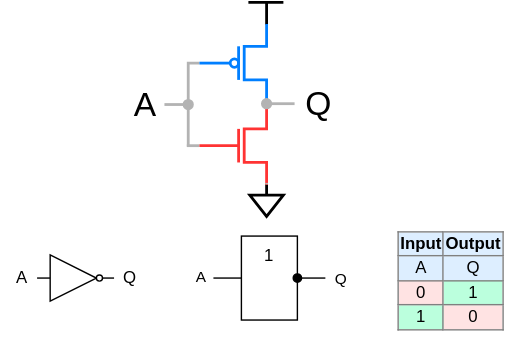
Before: .pic/Introduction/How FPGA works/fig_07.drawio.svg, a diagram exported from draw.io (MPSU/APS). Source tidied: cells renumbered, new cells last; positions are measured from the earlier drawing's top-left corner, leaving out a move shared by most shapes.
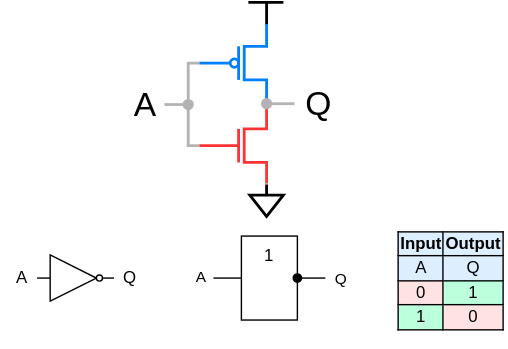
After the change.

What changed in the source:
```diff
@@ -139,7 +139,7 @@
         <mxPoint x="14" y="1" as="offset" />
       </mxGeometry>
     </mxCell>
-    <mxCell id="26" value="&lt;table border=&quot;1&quot; class=&quot;wikitable&quot; style=&quot;float: right; border: 1px solid rgb(128, 128, 128); border-collapse: collapse;&quot;&gt;&lt;tbody&gt;&lt;tr style=&quot;background:#def; text-align:center;&quot;&gt;&lt;td style=&quot;border: 1px solid rgb(128, 128, 128);&quot;&gt;&lt;b&gt;Input&lt;/b&gt;&lt;/td&gt;&lt;td style=&quot;border: 1px solid rgb(128, 128, 128);&quot;&gt;&lt;b&gt;Output&lt;/b&gt;&lt;br&gt;&lt;/td&gt;&lt;/tr&gt;&lt;tr style=&quot;background:#def; text-align:center;&quot;&gt;&lt;td style=&quot;border: 1px solid rgb(128, 128, 128);&quot;&gt;A&lt;/td&gt;&lt;td style=&quot;border: 1px solid rgb(128, 128, 128);&quot;&gt;Q&lt;br&gt;&lt;/td&gt;&lt;/tr&gt;&lt;tr&gt;&lt;td style=&quot;background: #FFE3E3; color: black; vertical-align: middle; text-align: center; border: 1px solid rgb(128, 128, 128);&quot; class=&quot;table-no2&quot;&gt;0&lt;/td&gt;&lt;td style=&quot;background:#bfd; color:black; vertical-align:middle; text-align:center; border: 1px solid rgb(128, 128, 128);&quot; class=&quot;table-yes2&quot;&gt;1&lt;br&gt;&lt;/td&gt;&lt;/tr&gt;&lt;tr&gt;&lt;td style=&quot;background:#bfd; color:black; vertical-align:middle; text-align:center; border: 1px solid rgb(128, 128, 128);&quot; class=&quot;table-yes2&quot;&gt;1&lt;/td&gt;&lt;td style=&quot;background: #FFE3E3; color: black; vertical-align: middle; text-align: center; border: 1px solid rgb(128, 128, 128);&quot; class=&quot;table-no2&quot;&gt;0&lt;br&gt;&lt;/td&gt;&lt;/tr&gt;&lt;/tbody&gt;&lt;/table&gt;" style="text;whiteSpace=wrap;html=1;" parent="1" vertex="1">
+    <mxCell id="26" value="&lt;table border=&quot;1&quot; class=&quot;wikitable&quot; style=&quot;float: right; border: 1px solid rgb(0, 0, 0); border-collapse: collapse;&quot;&gt;&lt;tbody&gt;&lt;tr style=&quot;background:#def; text-align:center;&quot;&gt;&lt;td style=&quot;border: 1px solid rgb(0, 0, 0);&quot;&gt;&lt;b&gt;Input&lt;/b&gt;&lt;/td&gt;&lt;td style=&quot;border: 1px solid rgb(0, 0, 0);&quot;&gt;&lt;b&gt;Output&lt;/b&gt;&lt;br&gt;&lt;/td&gt;&lt;/tr&gt;&lt;tr style=&quot;background:#def; text-align:center;&quot;&gt;&lt;td style=&quot;border: 1px solid rgb(0, 0, 0);&quot;&gt;A&lt;/td&gt;&lt;td style=&quot;border: 1px solid rgb(0, 0, 0);&quot;&gt;Q&lt;br&gt;&lt;/td&gt;&lt;/tr&gt;&lt;tr&gt;&lt;td style=&quot;background: #FFE3E3; color: black; vertical-align: middle; text-align: center; border: 1px solid rgb(0, 0, 0);&quot; class=&quot;table-no2&quot;&gt;0&lt;/td&gt;&lt;td style=&quot;background:#bfd; color:black; vertical-align:middle; text-align:center; border: 1px solid rgb(0, 0, 0);&quot; class=&quot;table-yes2&quot;&gt;1&lt;br&gt;&lt;/td&gt;&lt;/tr&gt;&lt;tr&gt;&lt;td style=&quot;background:#bfd; color:black; vertical-align:middle; text-align:center; border: 1px solid rgb(0, 0, 0);&quot; class=&quot;table-yes2&quot;&gt;1&lt;/td&gt;&lt;td style=&quot;background: #FFE3E3; color: black; vertical-align: middle; text-align: center; border: 1px solid rgb(0, 0, 0);&quot; class=&quot;table-no2&quot;&gt;0&lt;br&gt;&lt;/td&gt;&lt;/tr&gt;&lt;/tbody&gt;&lt;/table&gt;" style="text;whiteSpace=wrap;html=1;" parent="1" vertex="1">
       <mxGeometry x="282" y="157" width="80" height="90" as="geometry" />
     </mxCell>
   </root>
```
